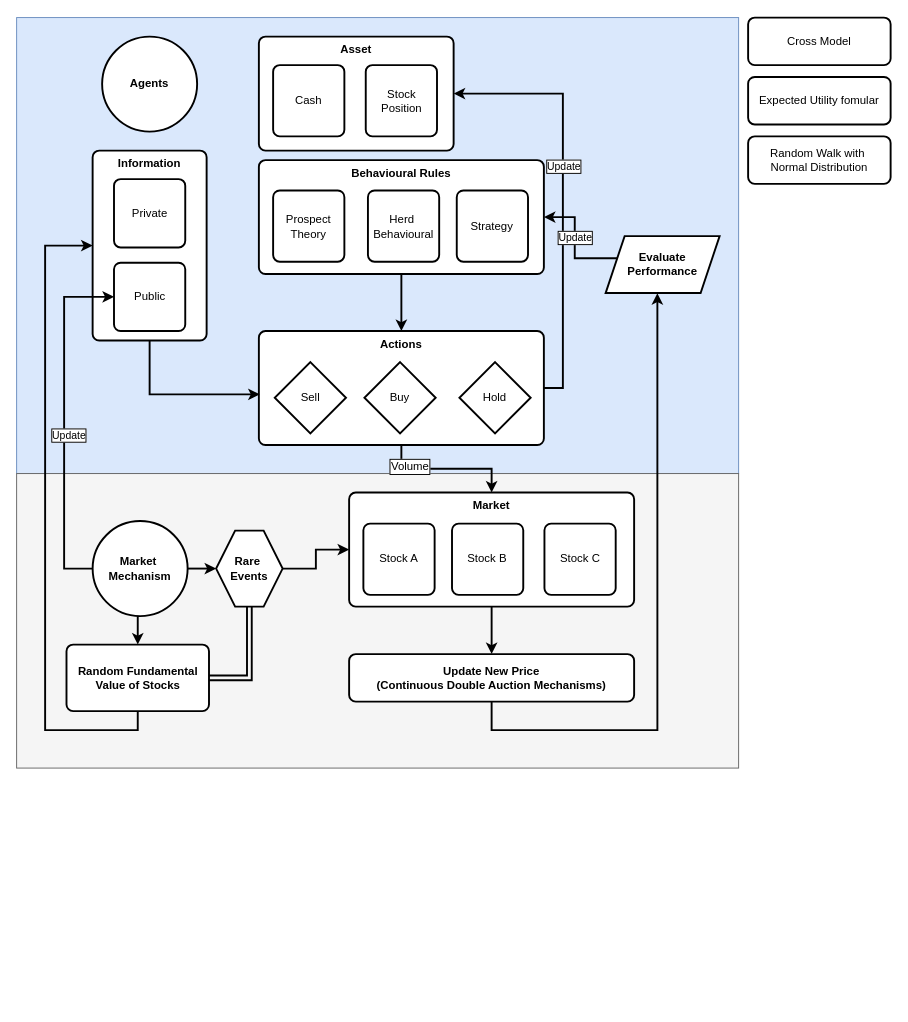
Before: Untitled Diagram.drawio in JustSimpleLucas/agent-based-modelling-behavioural-fianance, a draw.io diagram. Source tidied: cells renumbered, new cells numbered last; positions are measured from the earlier drawing's top-left corner, leaving out a move shared by most shapes. Both pictures are drawn from the tidied source at 95%, with x=0, y=0 at pixel (16, 17).
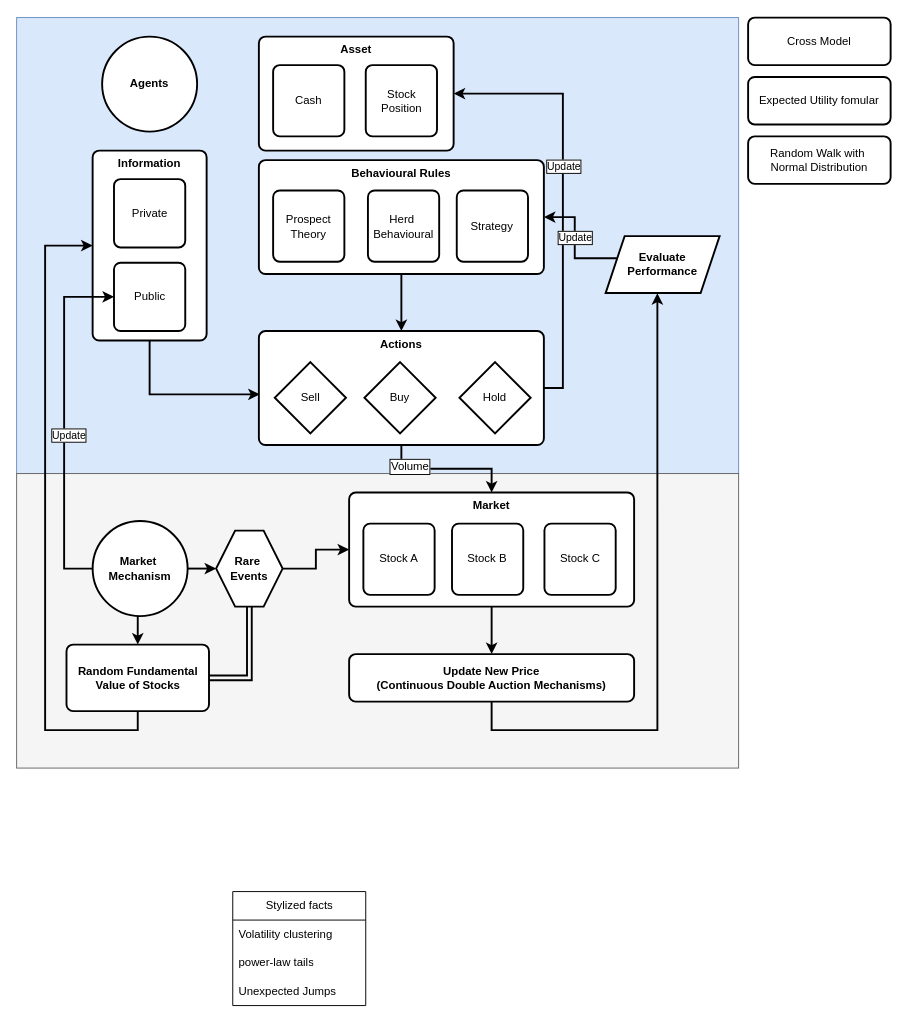
Above is the later version.

Diff of the diagram source:
```diff
@@
+    <mxCell id="54" value="Stylized facts" style="swimlane;fontStyle=0;horizontal=1;startSize=30;whiteSpace=wrap;html=1;" parent="1" vertex="1">
+      <mxGeometry x="227.5" y="920" width="140" height="120" as="geometry" />
+    </mxCell>
+    <mxCell id="55" value="Volatility clustering" style="text;strokeColor=none;fillColor=none;align=left;verticalAlign=middle;spacingLeft=4;spacingRight=4;overflow=hidden;whiteSpace=wrap;html=1;" parent="54" vertex="1">
+      <mxGeometry y="30" width="140" height="30" as="geometry" />
+    </mxCell>
+    <mxCell id="56" value="power-law tails" style="text;strokeColor=none;fillColor=none;align=left;verticalAlign=middle;spacingLeft=4;spacingRight=4;overflow=hidden;whiteSpace=wrap;html=1;" parent="54" vertex="1">
+      <mxGeometry y="60" width="140" height="30" as="geometry" />
+    </mxCell>
+    <mxCell id="57" value="Unexpected Jumps" style="text;strokeColor=none;fillColor=none;align=left;verticalAlign=middle;spacingLeft=4;spacingRight=4;overflow=hidden;whiteSpace=wrap;html=1;" parent="54" vertex="1">
+      <mxGeometry y="90" width="140" height="30" as="geometry" />
+    </mxCell>
```
